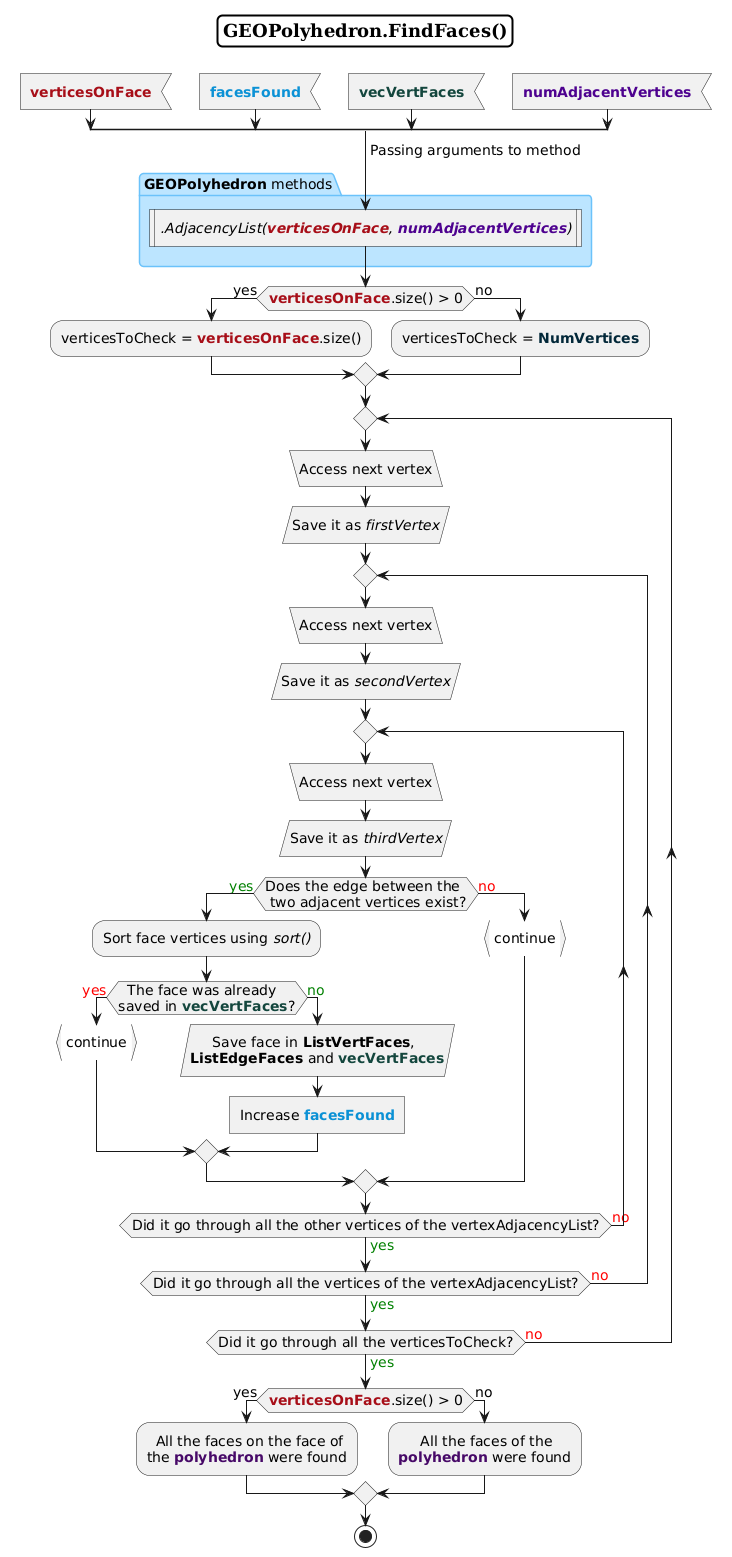
Before: Documentation/PNG_images/FindFaces.png, a diagram exported from PlantUML (M4rc10n3/ProgettoPCS2025).
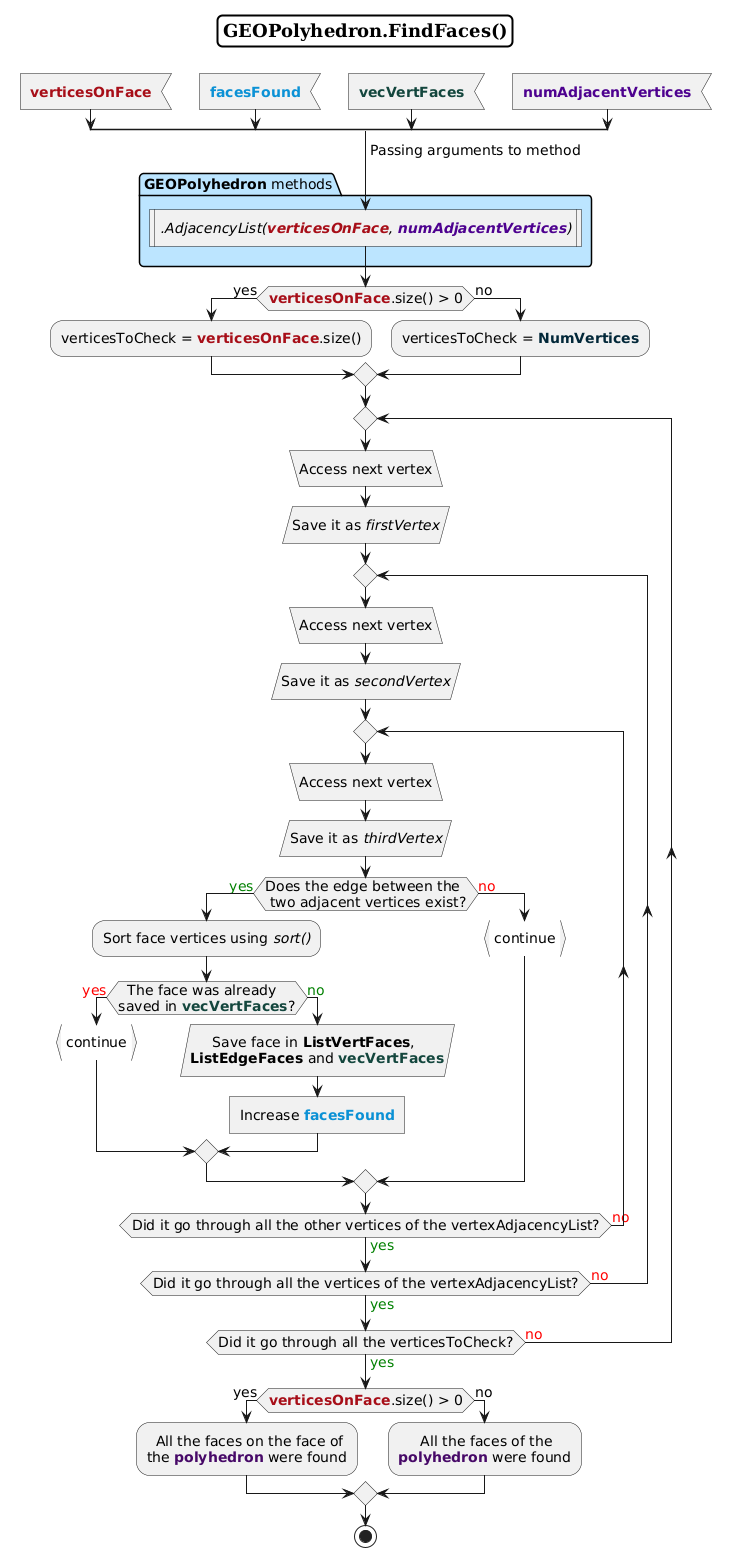
After the commit.

Diff of the diagram source:
```diff
@@ -6,7 +6,6 @@
 
 package{
     RoundCorner 7
-    LineColor #6BC2FA
     BackgroundColor #BCE5FF}
 </style>
 skinparam defaultFontSize 14
```
